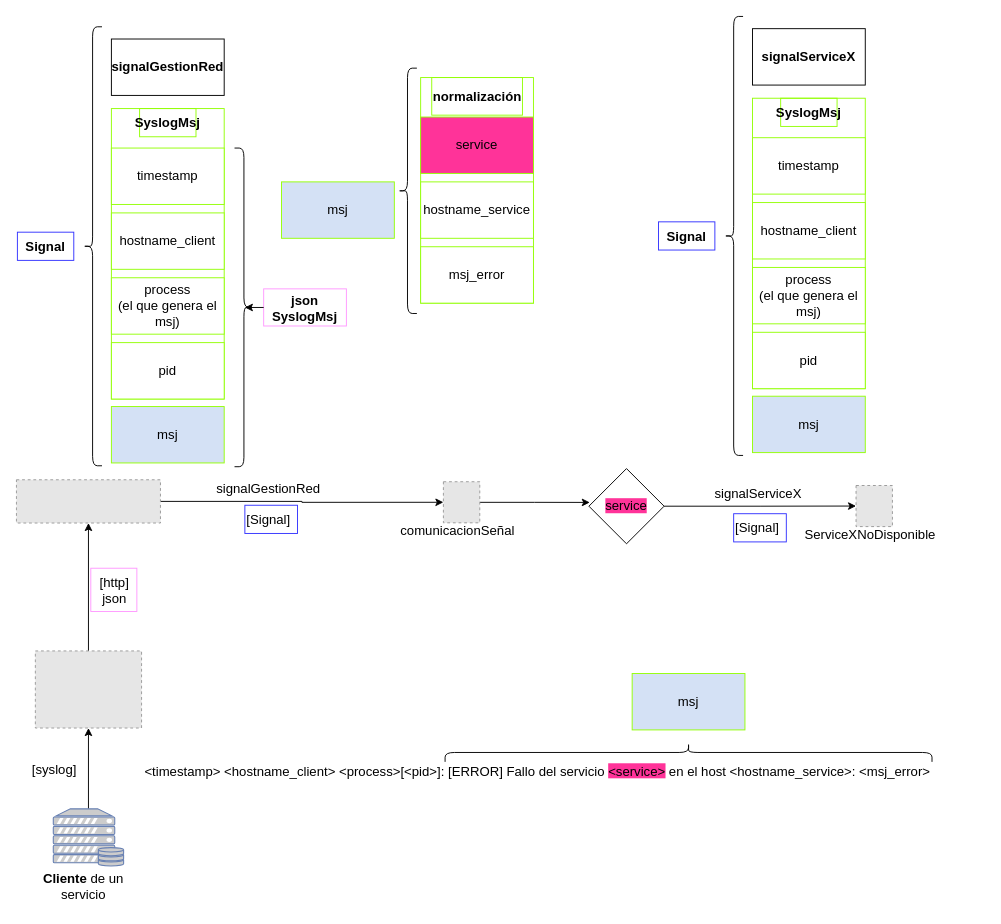
Before: page "logstash-gestionRed-comunicacionSeñal" (1 of 3) of esquemaProcesos.drawio in MarianaReyesH/gestionRed, a draw.io diagram. Source tidied: cells renumbered, new cells numbered last; positions are measured from the earlier drawing's top-left corner, leaving out a move shared by most shapes. Both pictures are drawn from the tidied source at 94%, with x=0, y=0 at pixel (16, 16). Pictures stored in the file or linked from it are replaced by grey dashed boxes.
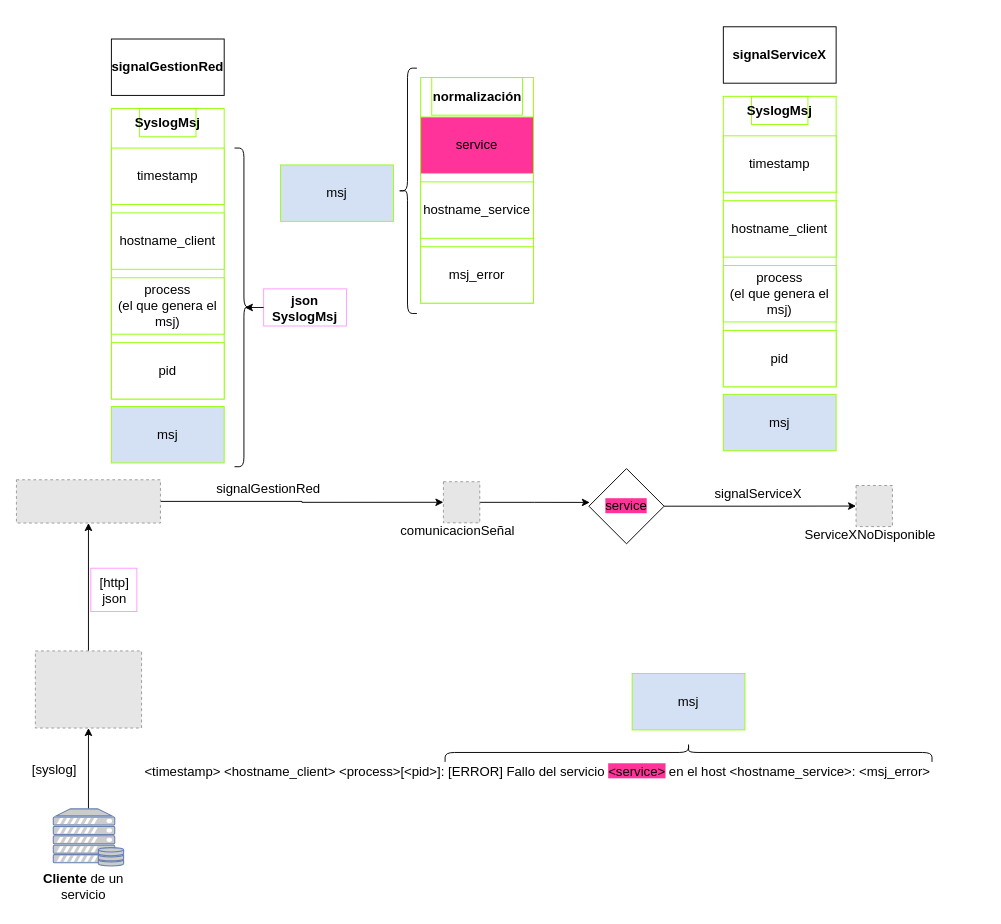
The same page after the edit.

The change refers to these unchanged cells:
```xml
<mxCell id="16" style="group;" parent="1" vertex="1">
  <mxGeometry x="1" y="11" width="410" height="684" as="geometry" />
</mxCell>
<mxCell id="17" style="group;" parent="16" vertex="1">
  <mxGeometry width="220" height="467" as="geometry" />
</mxCell>
<mxCell id="41" style="group;" parent="1" vertex="1">
  <mxGeometry x="683" width="220" height="467" as="geometry" />
</mxCell>
```

What changed in the source:
```diff
@@
-    <mxCell id="24" value="&lt;b&gt;&lt;font style=&quot;font-size: 14px;&quot;&gt;Signal&lt;/font&gt;&lt;/b&gt;" style="text;html=1;align=center;verticalAlign=middle;whiteSpace=wrap;rounded=0;strokeColor=#3333FF;" parent="17" vertex="1">
-      <mxGeometry y="218.5" width="60" height="30" as="geometry" />
-    </mxCell>
@@
-    <mxCell id="26" style="shape=curlyBracket;whiteSpace=wrap;html=1;rounded=1;flipH=1;labelPosition=right;verticalLabelPosition=middle;align=left;verticalAlign=middle;rotation=-180;" parent="17" vertex="1">
-      <mxGeometry x="70" width="20" height="467" as="geometry" />
-    </mxCell>
@@
-    <mxCell id="31" value="&lt;span style=&quot;color: rgb(0, 0, 0); font-family: Helvetica; font-size: 14px; font-style: normal; font-variant-ligatures: normal; font-variant-caps: normal; font-weight: 400; letter-spacing: normal; orphans: 2; text-align: center; text-indent: 0px; text-transform: none; widows: 2; word-spacing: 0px; -webkit-text-stroke-width: 0px; white-space: nowrap; background-color: rgb(255, 255, 255); text-decoration-thickness: initial; text-decoration-style: initial; text-decoration-color: initial; display: inline !important; float: none;&quot;&gt;[S&lt;/span&gt;&lt;font style=&quot;forced-color-adjust: none; color: rgb(0, 0, 0); font-family: Helvetica; font-size: 14px; font-style: normal; font-variant-ligatures: normal; font-variant-caps: normal; font-weight: 400; letter-spacing: normal; orphans: 2; text-align: center; text-indent: 0px; text-transform: none; widows: 2; word-spacing: 0px; -webkit-text-stroke-width: 0px; white-space: nowrap; background-color: rgb(255, 255, 255); text-decoration-thickness: initial; text-decoration-style: initial; text-decoration-color: initial;&quot;&gt;ignal&lt;/font&gt;&lt;span style=&quot;color: rgb(0, 0, 0); font-family: Helvetica; font-size: 14px; font-style: normal; font-variant-ligatures: normal; font-variant-caps: normal; font-weight: 400; letter-spacing: normal; orphans: 2; text-align: center; text-indent: 0px; text-transform: none; widows: 2; word-spacing: 0px; -webkit-text-stroke-width: 0px; white-space: nowrap; background-color: rgb(255, 255, 255); text-decoration-thickness: initial; text-decoration-style: initial; text-decoration-color: initial; display: inline !important; float: none;&quot;&gt;]&amp;nbsp;&lt;/span&gt;" style="text;whiteSpace=wrap;html=1;strokeColor=#3333FF;" parent="16" vertex="1">
-      <mxGeometry x="242" y="509" width="56" height="30" as="geometry" />
-    </mxCell>
@@
+    <mxCell id="35" value="&lt;font style=&quot;font-size: 14px;&quot;&gt;msj&lt;/font&gt;" style="rounded=0;whiteSpace=wrap;html=1;strokeColor=#94FF08;fillColor=#D4E1F5;" parent="16" vertex="1">
+      <mxGeometry x="280" y="147" width="120" height="60" as="geometry" />
+    </mxCell>
@@
-    <mxCell id="35" value="&lt;font style=&quot;font-size: 14px;&quot;&gt;msj&lt;/font&gt;" style="rounded=0;whiteSpace=wrap;html=1;strokeColor=#94FF08;fillColor=#D4E1F5;" parent="1" vertex="1">
-      <mxGeometry x="282" y="176" width="120" height="60" as="geometry" />
-    </mxCell>
@@
     <mxCell id="42" style="group;strokeColor=#94FF08;" parent="41" vertex="1">
-      <mxGeometry x="100" y="87" width="120" height="309" as="geometry" />
+      <mxGeometry x="69" y="85" width="120" height="309" as="geometry" />
     </mxCell>
@@
-    <mxCell id="48" value="&lt;b&gt;&lt;font style=&quot;font-size: 14px;&quot;&gt;Signal&lt;/font&gt;&lt;/b&gt;" style="text;html=1;align=center;verticalAlign=middle;whiteSpace=wrap;rounded=0;strokeColor=#3333FF;" parent="41" vertex="1">
-      <mxGeometry y="218.5" width="60" height="30" as="geometry" />
-    </mxCell>
     <mxCell id="49" value="&lt;span style=&quot;font-size: 14px;&quot;&gt;&lt;b&gt;signalServiceX&lt;/b&gt;&lt;/span&gt;" style="rounded=0;whiteSpace=wrap;html=1;" parent="41" vertex="1">
-      <mxGeometry x="100" y="13" width="120" height="60" as="geometry" />
+      <mxGeometry x="69" y="11" width="120" height="60" as="geometry" />
     </mxCell>
-    <mxCell id="50" style="shape=curlyBracket;whiteSpace=wrap;html=1;rounded=1;flipH=1;labelPosition=right;verticalLabelPosition=middle;align=left;verticalAlign=middle;rotation=-180;" parent="41" vertex="1">
-      <mxGeometry x="70" width="20" height="467" as="geometry" />
-    </mxCell>
     <mxCell id="51" value="&lt;font style=&quot;font-size: 14px;&quot;&gt;msj&lt;/font&gt;" style="rounded=0;whiteSpace=wrap;html=1;strokeColor=#94FF08;fillColor=#D4E1F5;" parent="41" vertex="1">
-      <mxGeometry x="100" y="404" width="120" height="60" as="geometry" />
+      <mxGeometry x="69" y="402" width="120" height="60" as="geometry" />
     </mxCell>
-    <mxCell id="52" value="&lt;span style=&quot;color: rgb(0, 0, 0); font-family: Helvetica; font-size: 14px; font-style: normal; font-variant-ligatures: normal; font-variant-caps: normal; font-weight: 400; letter-spacing: normal; orphans: 2; text-align: center; text-indent: 0px; text-transform: none; widows: 2; word-spacing: 0px; -webkit-text-stroke-width: 0px; white-space: nowrap; background-color: rgb(255, 255, 255); text-decoration-thickness: initial; text-decoration-style: initial; text-decoration-color: initial; display: inline !important; float: none;&quot;&gt;[S&lt;/span&gt;&lt;font style=&quot;forced-color-adjust: none; color: rgb(0, 0, 0); font-family: Helvetica; font-size: 14px; font-style: normal; font-variant-ligatures: normal; font-variant-caps: normal; font-weight: 400; letter-spacing: normal; orphans: 2; text-align: center; text-indent: 0px; text-transform: none; widows: 2; word-spacing: 0px; -webkit-text-stroke-width: 0px; white-space: nowrap; background-color: rgb(255, 255, 255); text-decoration-thickness: initial; text-decoration-style: initial; text-decoration-color: initial;&quot;&gt;ignal&lt;/font&gt;&lt;span style=&quot;color: rgb(0, 0, 0); font-family: Helvetica; font-size: 14px; font-style: normal; font-variant-ligatures: normal; font-variant-caps: normal; font-weight: 400; letter-spacing: normal; orphans: 2; text-align: center; text-indent: 0px; text-transform: none; widows: 2; word-spacing: 0px; -webkit-text-stroke-width: 0px; white-space: nowrap; background-color: rgb(255, 255, 255); text-decoration-thickness: initial; text-decoration-style: initial; text-decoration-color: initial; display: inline !important; float: none;&quot;&gt;]&amp;nbsp;&lt;/span&gt;" style="text;whiteSpace=wrap;html=1;strokeColor=#3333FF;" parent="1" vertex="1">
-      <mxGeometry x="763" y="529" width="56" height="30" as="geometry" />
-    </mxCell>
```
